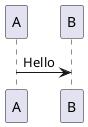
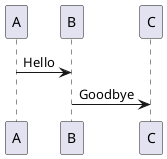
@startuml

participant A
participant B

A -> B: Hello
+ B -> C: Goodbye

@enduml